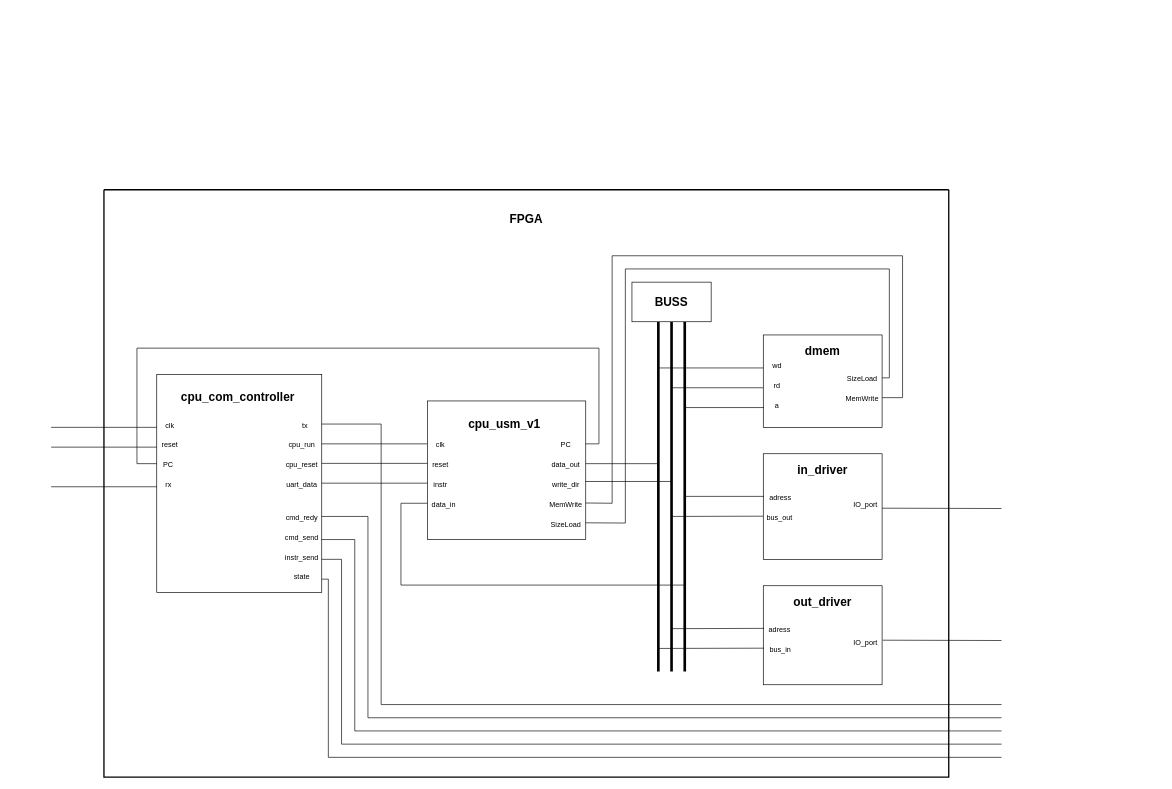
This is Diagrams/General_Diagram.drawio from lild4d4/usm_microcontroller_v1, a draw.io file, before an edit. Source tidied: cells renumbered, new cells numbered last; positions are measured from the earlier drawing's top-left corner, leaving out a move shared by most shapes. Both pictures are drawn from the tidied source at 66%, with x=0, y=0 at pixel (51, 189).
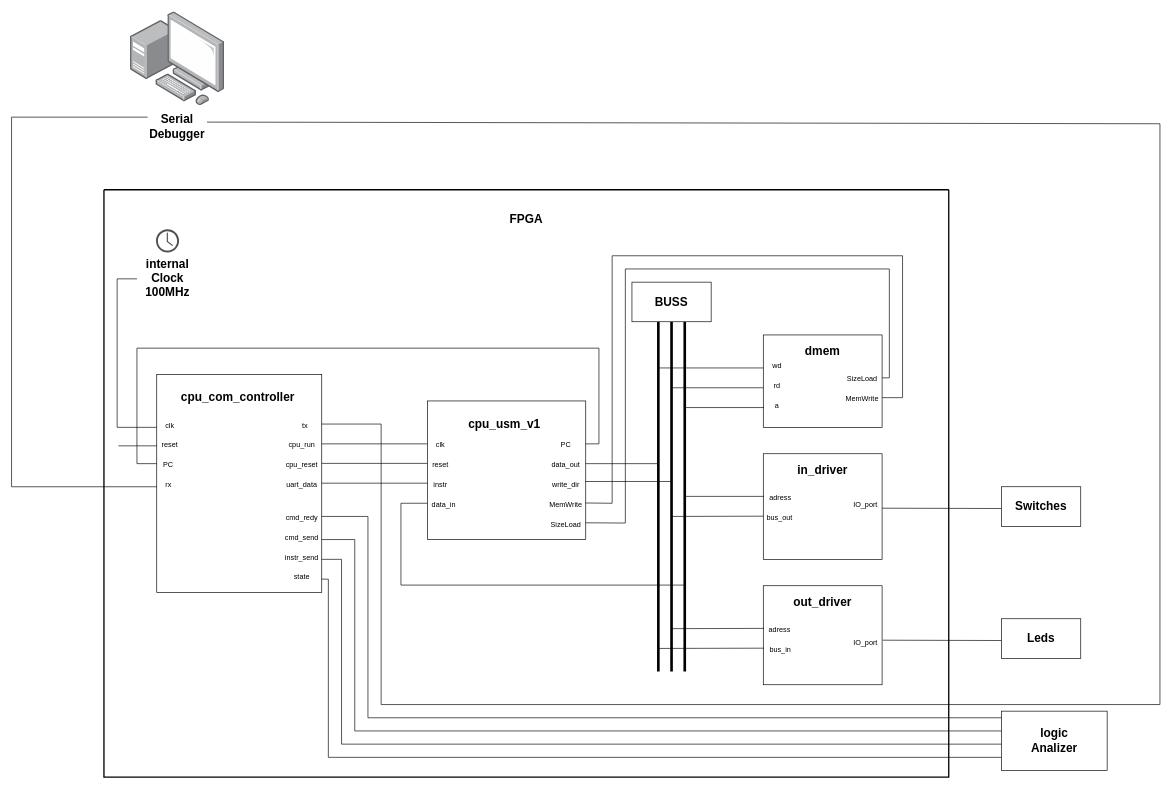
The same page after the edit.

Unchanged cells that the change refers to:
```xml
<mxCell id="64" style="swimlane;startSize=0;fontSize=11;strokeWidth=2;" parent="1" vertex="1">
  <mxGeometry x="80" width="1280" height="890" as="geometry" />
</mxCell>
<mxCell id="75" value="&lt;font style=&quot;font-size: 11px&quot;&gt;tx&lt;/font&gt;" style="text;html=1;strokeColor=none;fillColor=none;align=center;verticalAlign=middle;whiteSpace=wrap;rounded=0;fontSize=18;" parent="64" vertex="1">
  <mxGeometry x="280" y="340" width="50" height="30" as="geometry" />
</mxCell>
```

Change to the diagram source:
```diff
@@
-    <mxCell id="66" style="endArrow=none;html=1;rounded=0;fontSize=11;entryX=1;entryY=0.5;entryDx=0;entryDy=0;" parent="64" edge="1">
+    <mxCell id="66" style="endArrow=none;html=1;rounded=0;fontSize=11;" parent="64" edge="1" target="78">
       <mxGeometry relative="1" as="geometry">
         <mxPoint x="80" y="360" as="sourcePoint" />
-        <mxPoint x="-80" y="360" as="targetPoint" />
+        <Array as="points">
+          <mxPoint x="20" y="360" />
+          <mxPoint x="20" y="135" />
+        </Array>
       </mxGeometry>
     </mxCell>
-    <mxCell id="67" style="endArrow=none;html=1;rounded=0;fontSize=11;entryX=1;entryY=0.5;entryDx=0;entryDy=0;" parent="64" edge="1">
-      <mxGeometry relative="1" as="geometry">
-        <mxPoint x="80" y="390" as="sourcePoint" />
-        <mxPoint x="-80" y="390" as="targetPoint" />
-      </mxGeometry>
-    </mxCell>
-    <mxCell id="68" style="endArrow=none;html=1;rounded=0;fontSize=11;entryX=1;entryY=0.5;entryDx=0;entryDy=0;" parent="64" edge="1">
+    <mxCell id="68" style="endArrow=none;html=1;rounded=0;fontSize=11;entryX=0;entryY=0;entryDx=0;entryDy=0;" parent="64" edge="1" target="80">
       <mxGeometry relative="1" as="geometry">
         <mxPoint x="80" y="450" as="sourcePoint" />
-        <mxPoint x="-80" y="450" as="targetPoint" />
+        <Array as="points">
+          <mxPoint x="-140" y="450" />
+          <mxPoint x="-140" y="-110" />
+        </Array>
       </mxGeometry>
     </mxCell>
-    <mxCell id="69" style="endArrow=none;html=1;rounded=0;fontSize=11;entryX=1;entryY=0.5;entryDx=0;entryDy=0;" parent="64" edge="1" target="75">
-      <mxGeometry relative="1" as="geometry">
-        <mxPoint x="1360" y="780" as="sourcePoint" />
-        <Array as="points">
-          <mxPoint x="420" y="780" />
-          <mxPoint x="420" y="355" />
-        </Array>
-      </mxGeometry>
-    </mxCell>
@@
+    <mxCell id="77" style="sketch=0;shadow=0;dashed=0;html=1;strokeColor=none;fillColor=#505050;labelPosition=center;verticalLabelPosition=bottom;verticalAlign=top;align=center;shape=mxgraph.office.concepts.clock;" parent="64" vertex="1">
+      <mxGeometry x="78.8" y="60" width="35" height="35" as="geometry" />
+    </mxCell>
+    <mxCell id="78" value="&lt;font style=&quot;font-size: 18px&quot;&gt;&lt;b&gt;internal Clock 100MHz&lt;/b&gt;&lt;/font&gt;" style="text;html=1;strokeColor=none;fillColor=none;align=center;verticalAlign=middle;whiteSpace=wrap;rounded=0;" parent="64" vertex="1">
+      <mxGeometry x="50" y="120" width="92.5" height="30" as="geometry" />
+    </mxCell>
@@
+    <mxCell id="79" style="html=1;align=center;shadow=0;dashed=0;image;image=img/lib/allied_telesis/computer_and_terminals/Personal_Computer_with_Server.svg;" parent="1" vertex="1">
+      <mxGeometry x="120" y="-270" width="142.4" height="142.4" as="geometry" />
+    </mxCell>
+    <mxCell id="80" value="&lt;font style=&quot;font-size: 18px&quot;&gt;&lt;b&gt;Serial Debugger&lt;/b&gt;&lt;/font&gt;" style="text;html=1;strokeColor=none;fillColor=none;align=center;verticalAlign=middle;whiteSpace=wrap;rounded=0;" parent="1" vertex="1">
+      <mxGeometry x="146.2" y="-110" width="90" height="30" as="geometry" />
+    </mxCell>
+    <mxCell id="81" style="rounded=0;whiteSpace=wrap;html=1;" parent="1" vertex="1">
+      <mxGeometry x="1440" y="450" width="120" height="60" as="geometry" />
+    </mxCell>
+    <mxCell id="82" value="&lt;span style=&quot;font-size: 18px&quot;&gt;&lt;b&gt;Switches&lt;/b&gt;&lt;/span&gt;" style="text;html=1;strokeColor=none;fillColor=none;align=center;verticalAlign=middle;whiteSpace=wrap;rounded=0;" parent="1" vertex="1">
+      <mxGeometry x="1445" y="465" width="110" height="30" as="geometry" />
+    </mxCell>
+    <mxCell id="83" style="rounded=0;whiteSpace=wrap;html=1;" parent="1" vertex="1">
+      <mxGeometry x="1440" y="650" width="120" height="60" as="geometry" />
+    </mxCell>
+    <mxCell id="84" value="&lt;span style=&quot;font-size: 18px&quot;&gt;&lt;b&gt;Leds&lt;/b&gt;&lt;/span&gt;" style="text;html=1;strokeColor=none;fillColor=none;align=center;verticalAlign=middle;whiteSpace=wrap;rounded=0;" parent="1" vertex="1">
+      <mxGeometry x="1445" y="665" width="110" height="30" as="geometry" />
+    </mxCell>
+    <mxCell id="69" style="endArrow=none;html=1;rounded=0;fontSize=11;entryX=1;entryY=0.5;entryDx=0;entryDy=0;exitX=1;exitY=0.25;exitDx=0;exitDy=0;" parent="1" edge="1" source="80" target="75">
+      <mxGeometry relative="1" as="geometry">
+        <Array as="points">
+          <mxPoint x="1680" y="-100" />
+          <mxPoint x="1680" y="780" />
+          <mxPoint x="500" y="780" />
+          <mxPoint x="500" y="355" />
+        </Array>
+      </mxGeometry>
+    </mxCell>
+    <mxCell id="85" style="rounded=0;whiteSpace=wrap;html=1;" parent="1" vertex="1">
+      <mxGeometry x="1440" y="790" width="160" height="90" as="geometry" />
+    </mxCell>
+    <mxCell id="86" value="&lt;span style=&quot;font-size: 18px&quot;&gt;&lt;b&gt;logic Analizer&lt;/b&gt;&lt;/span&gt;" style="text;html=1;strokeColor=none;fillColor=none;align=center;verticalAlign=middle;whiteSpace=wrap;rounded=0;" parent="1" vertex="1">
+      <mxGeometry x="1465" y="820" width="110" height="30" as="geometry" />
+    </mxCell>
+    <mxCell id="87" style="endArrow=none;html=1;rounded=0;fontSize=11;" parent="1" edge="1">
+      <mxGeometry relative="1" as="geometry">
+        <mxPoint x="160" y="388" as="sourcePoint" />
+        <mxPoint x="102" y="388" as="targetPoint" />
+      </mxGeometry>
+    </mxCell>
```
